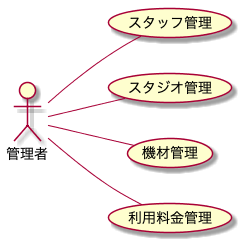
This is modeling/04_BusinessUsecase_設備管理/BusinessUsecase.png from TakashiOnawa/ddd-practice-studio-reservation, a PlantUML export, as it was before one commit.
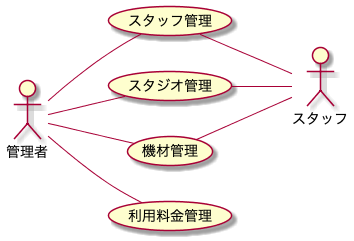
Later version of the same file.

The edit, as a diff of the source:
```diff
@@ -5,8 +5,14 @@
 actor 管理者
 
 管理者 -- (スタッフ管理)
+(スタッフ管理) -- スタッフ
+
 管理者 -- (スタジオ管理)
+(スタジオ管理) -- スタッフ
+
 管理者 -- (機材管理)
+(機材管理) -- スタッフ
+
 管理者 -- (利用料金管理)
 
 @enduml
```
